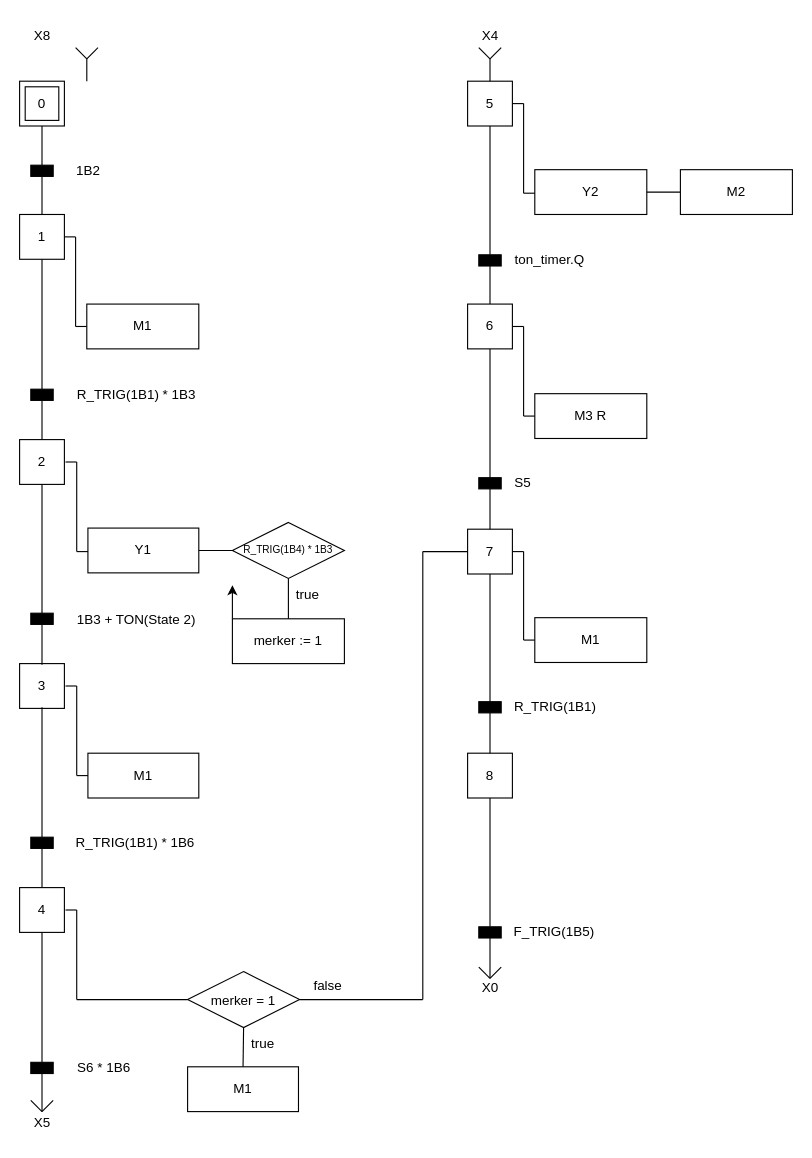
AdrianBecker/SPS-Station7 keeps this draw.io diagram as schematics/Ablaufdiagramm.drawio. Above is the earlier version. Source tidied: cells renumbered, new cells numbered last; positions are measured from the earlier drawing's top-left corner, leaving out a move shared by most shapes. Both pictures are drawn from the tidied source at 112%, with x=0, y=0 at pixel (19, 19).
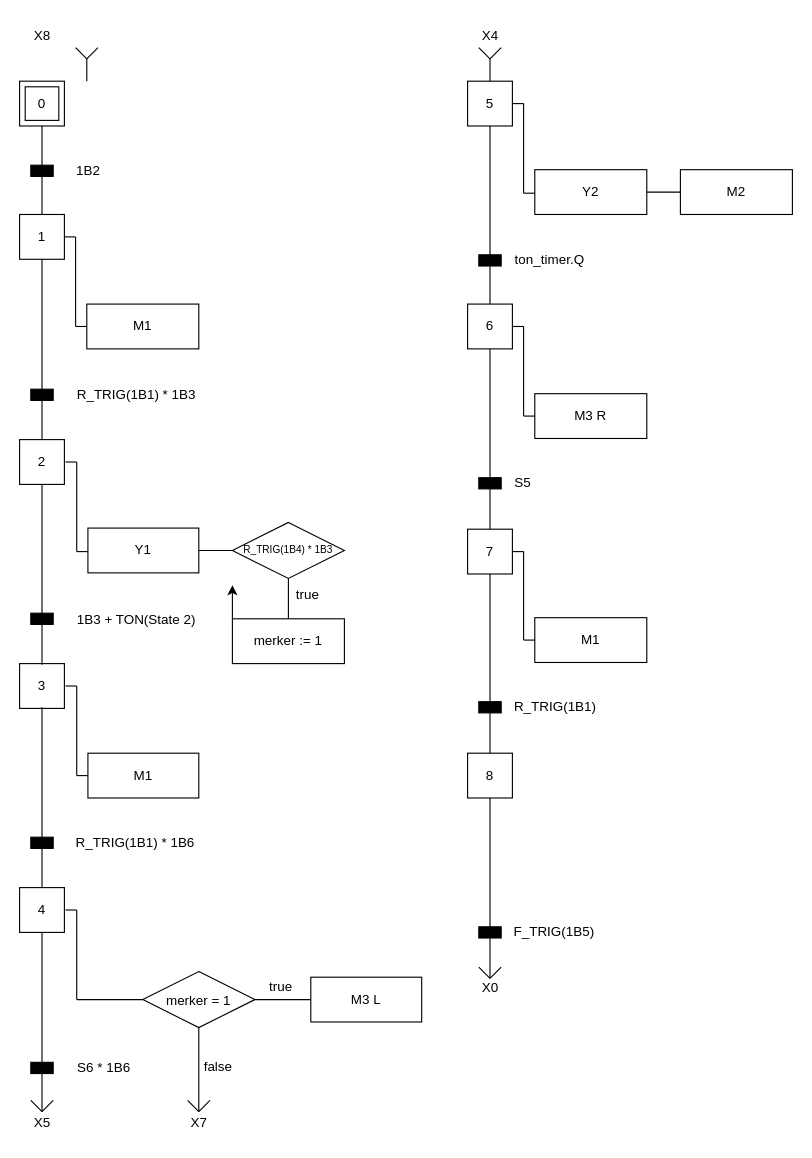
After the change.

Commit message (it also covers changes not shown here):
Updated state diagram to comply with GRAFCET convention on the direction of signal flow

The change refers to these unchanged cells:
```xml
<mxCell id="80" value="7" style="whiteSpace=wrap;html=1;fillColor=none;" parent="1" vertex="1">
  <mxGeometry x="400" y="455" width="40" height="40" as="geometry" />
</mxCell>
```

Diff of the diagram source:
```diff
@@
     <mxCell id="97" value="&lt;div style=&quot;line-height: 100%;&quot;&gt;&lt;div&gt;&lt;div&gt;merker = 1&lt;/div&gt;&lt;/div&gt;&lt;/div&gt;" style="rhombus;whiteSpace=wrap;html=1;" parent="1" vertex="1">
-      <mxGeometry x="150" y="850" width="100" height="50" as="geometry" />
+      <mxGeometry x="110" y="850" width="100" height="50" as="geometry" />
     </mxCell>
-    <mxCell id="98" style="endArrow=none;html=1;rounded=0;exitX=1;exitY=0.5;exitDx=0;exitDy=0;" parent="1" edge="1" source="97">
-      <mxGeometry relative="1" as="geometry">
-        <mxPoint x="360" y="875" as="targetPoint" />
-      </mxGeometry>
-    </mxCell>
-    <mxCell id="99" value="true" style="text;html=1;align=center;verticalAlign=middle;strokeColor=none;fillColor=none;" parent="1" vertex="1">
-      <mxGeometry x="197" y="900" width="40" height="30" as="geometry" />
+    <mxCell id="99" value="false" style="text;html=1;align=center;verticalAlign=middle;strokeColor=none;fillColor=none;" parent="1" vertex="1">
+      <mxGeometry x="152" y="920" width="50" height="30" as="geometry" />
     </mxCell>
-    <mxCell id="100" value="false" style="text;html=1;align=center;verticalAlign=middle;strokeColor=none;fillColor=none;" parent="1" vertex="1">
-      <mxGeometry x="250" y="848" width="50" height="30" as="geometry" />
+    <mxCell id="100" value="true" style="text;html=1;align=center;verticalAlign=middle;strokeColor=none;fillColor=none;" parent="1" vertex="1">
+      <mxGeometry x="213" y="849" width="40" height="30" as="geometry" />
     </mxCell>
-    <mxCell id="101" value="M1" style="rounded=0;whiteSpace=wrap;html=1;fillColor=none;" parent="1" vertex="1">
-      <mxGeometry x="150" y="935" width="99" height="40" as="geometry" />
-    </mxCell>
-    <mxCell id="102" style="endArrow=none;html=1;rounded=0;entryX=0.5;entryY=1;entryDx=0;entryDy=0;exitX=0.5;exitY=0;exitDx=0;exitDy=0;" parent="1" edge="1" source="101" target="97">
-      <mxGeometry relative="1" as="geometry" />
-    </mxCell>
-    <mxCell id="103" style="endArrow=none;html=1;rounded=0;entryX=0;entryY=0.5;entryDx=0;entryDy=0;" parent="1" edge="1" target="80">
-      <mxGeometry relative="1" as="geometry">
-        <mxPoint x="360" y="475" as="sourcePoint" />
-      </mxGeometry>
-    </mxCell>
-    <mxCell id="104" style="endArrow=none;html=1;rounded=0;" parent="1" edge="1">
-      <mxGeometry relative="1" as="geometry">
-        <mxPoint x="360" y="875" as="sourcePoint" />
-        <mxPoint x="360" y="475" as="targetPoint" />
-      </mxGeometry>
-    </mxCell>
+    <mxCell id="105" style="endArrow=none;html=1;rounded=0;" parent="1" edge="1">
+      <mxGeometry relative="1" as="geometry">
+        <mxPoint x="160" y="975" as="sourcePoint" />
+        <mxPoint x="170" y="965" as="targetPoint" />
+      </mxGeometry>
+    </mxCell>
+    <mxCell id="106" style="endArrow=none;html=1;rounded=0;" parent="1" edge="1">
+      <mxGeometry relative="1" as="geometry">
+        <mxPoint x="150" y="965" as="sourcePoint" />
+        <mxPoint x="160" y="975" as="targetPoint" />
+      </mxGeometry>
+    </mxCell>
+    <mxCell id="107" value="X7" style="text;html=1;align=center;verticalAlign=middle;strokeColor=none;fillColor=none;" parent="1" vertex="1">
+      <mxGeometry x="140" y="970" width="40" height="30" as="geometry" />
+    </mxCell>
+    <mxCell id="108" style="endArrow=none;html=1;rounded=0;entryX=0.5;entryY=1;entryDx=0;entryDy=0;" parent="1" edge="1" target="97">
+      <mxGeometry relative="1" as="geometry">
+        <mxPoint x="160" y="975" as="sourcePoint" />
+      </mxGeometry>
+    </mxCell>
+    <mxCell id="109" value="M3 L" style="rounded=0;whiteSpace=wrap;html=1;fillColor=none;" parent="1" vertex="1">
+      <mxGeometry x="260" y="855" width="99" height="40" as="geometry" />
+    </mxCell>
+    <mxCell id="110" style="endArrow=none;html=1;rounded=0;entryX=0;entryY=0.5;entryDx=0;entryDy=0;exitX=1;exitY=0.5;exitDx=0;exitDy=0;" parent="1" edge="1" source="97" target="109">
+      <mxGeometry relative="1" as="geometry" />
+    </mxCell>
```
